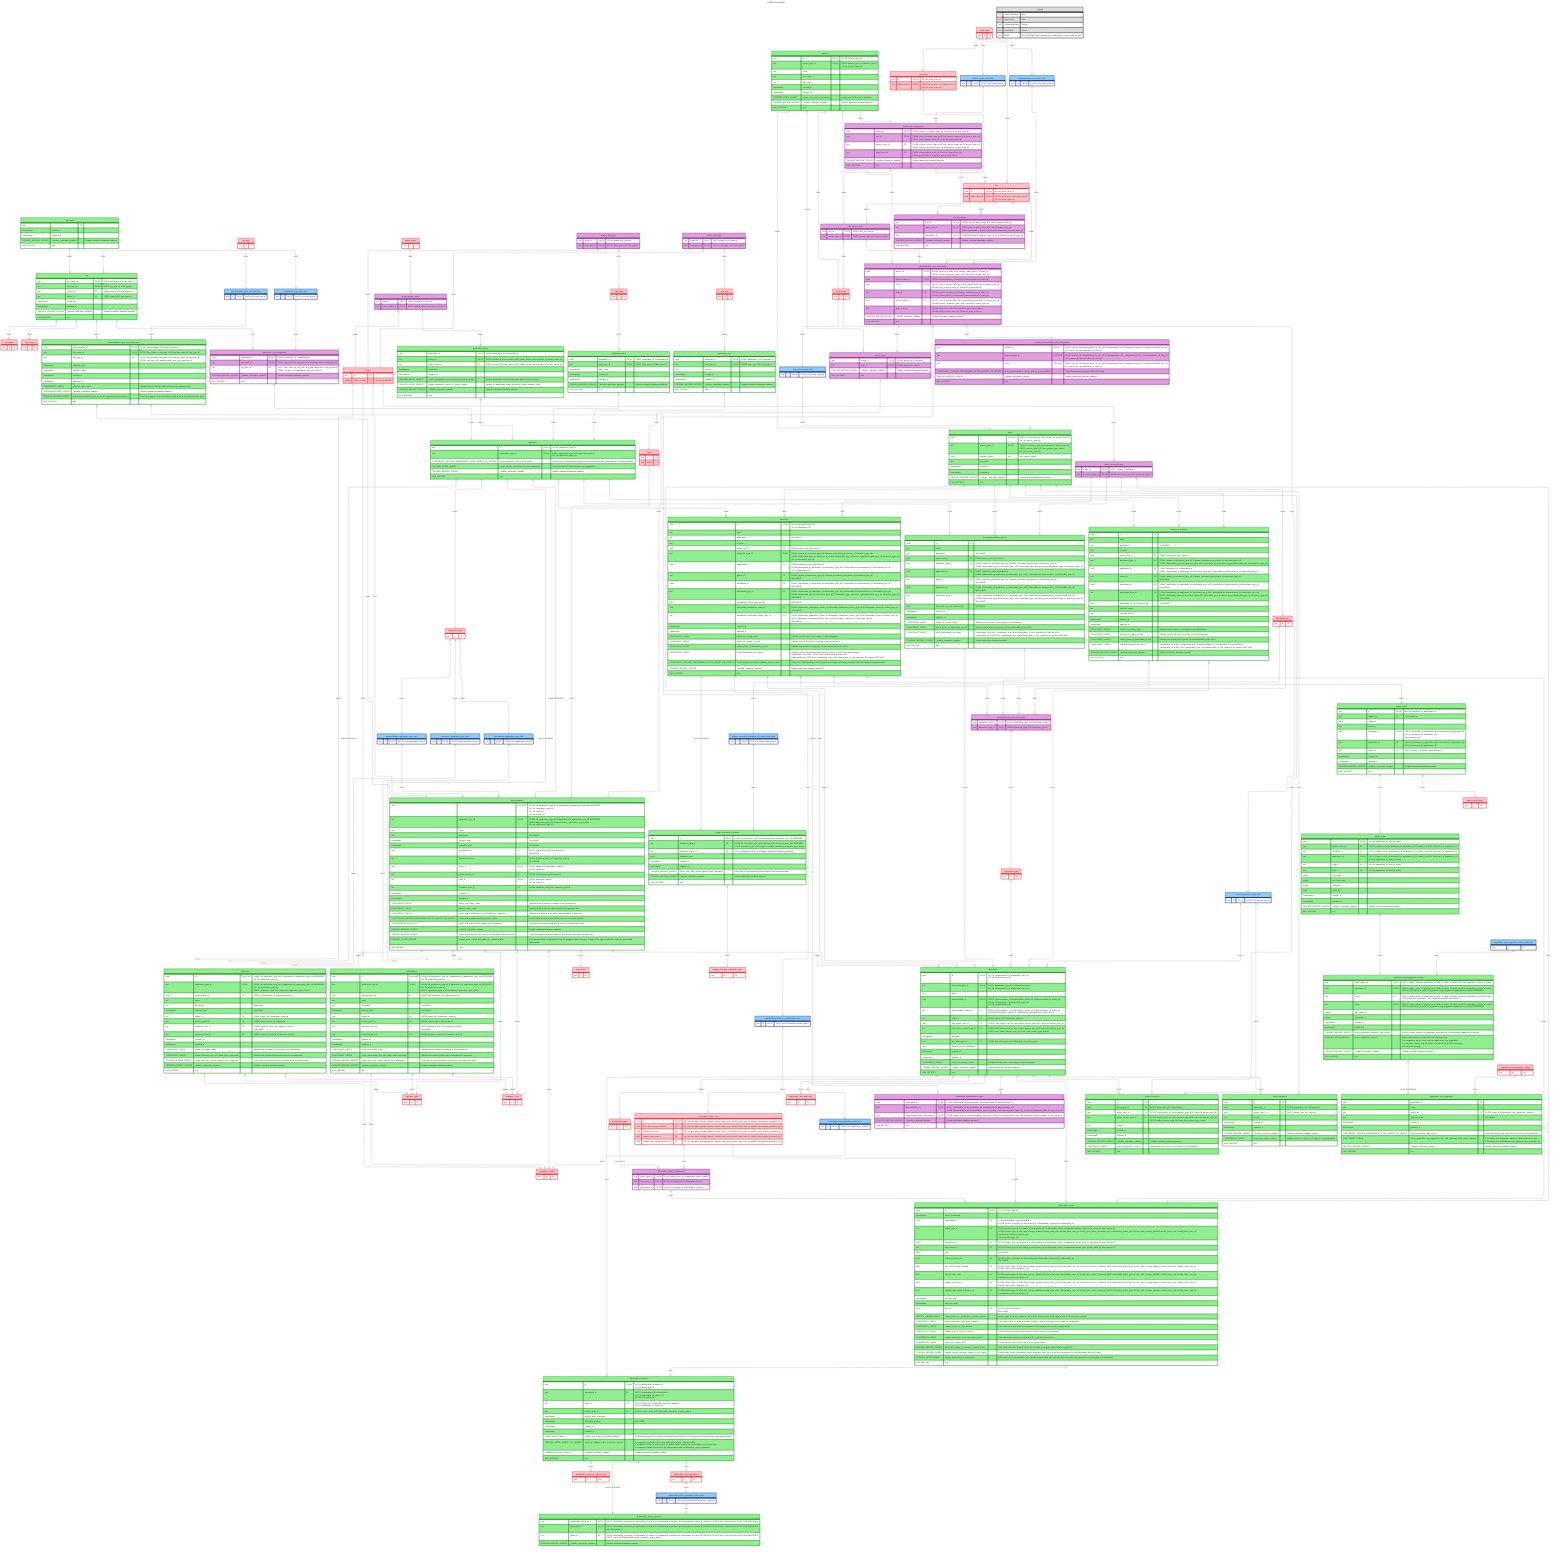
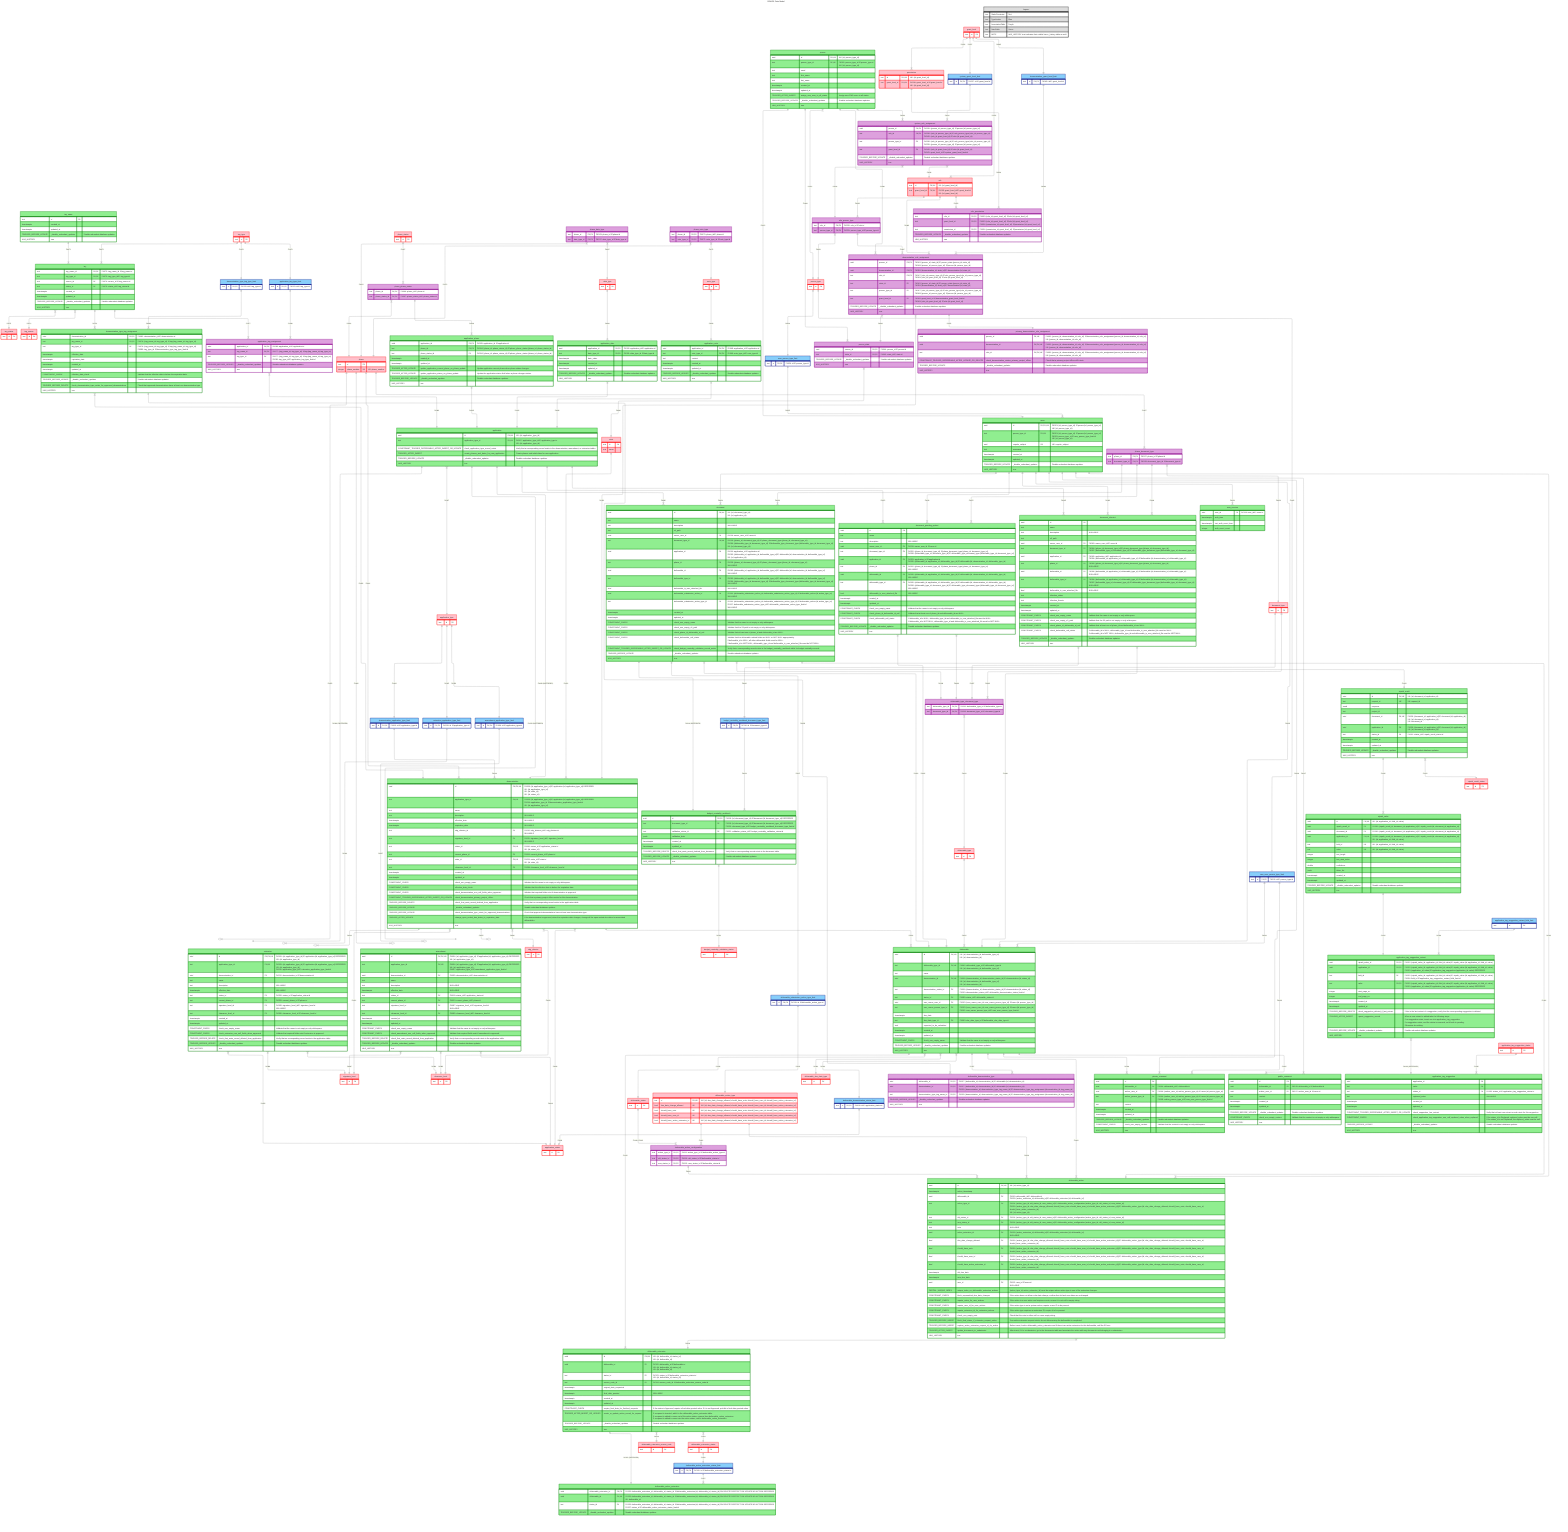
---
title: DEMOS Data Model
config:
  theme: default
  layout: elk
  elk:
    nodePlacementStrategy: NETWORK_SIMPLEX
---

erDiagram
  classDef staticConstraint stroke:red,fill:pink
  classDef typeLimiter stroke:navy,fill:lightskyblue
  classDef dataTable stroke:green,fill:lightgreen
  classDef associativeTable stroke:darkmagenta,fill:plum
  classDef legend stroke:black,fill:#ddd

  tag_name ||--|{ tag : "FK072"
  tag_type ||--|{ tag : "FK073"
  tag }|--|| tag_status : "FK075"
  tag }|--|| tag_source : "FK074"
  tag ||--|{ demonstration_type_tag_assignment : "FK076"
  tag ||--|{ application_tag_assignment : "FK077"
  tag_type ||--|| demonstration_type_tag_type_limit : "FK078"
  tag_type ||--|| application_tag_type_limit : "FK079"
  demonstration_type_tag_type_limit ||--|{ demonstration_type_tag_assignment : "FK080"
  application_tag_type_limit ||--|{ application_tag_assignment : "FK081"
  demonstration_type_tag_assignment }|--|| demonstration : "FK082"
  application_tag_assignment }|--|| application : "FK083"
  phase_status ||--|{ phase_phase_status : "FK067"
  phase_phase_status }|--|| phase : "FK066"
  phase_phase_status ||--|{ application_phase  : "FK004"
  phase_date_type }|--|| phase : "FK003"
  phase_note_type }|--|| phase : "FK070"
  phase_date_type }|--|| date_type: "FK017"
  phase_note_type }|--|| note_type: "FK071"
  application_phase }|--|| application : "FK005"
  date_type ||--|{ application_date  : "FK001"
  note_type ||--|{ application_note  : "FK069"
  application_date }|--|| application : "FK002"
  application_note }|--|| application : "FK068"
  application }|--|| application_type : "FK007"
  application ||--|| demonstration : "FK008 (DEFERRED)"
  application ||--|| extension : "FK009 (DEFERRED)"
  application ||--|| amendment : "FK054 (DEFERRED)"
  demonstration }|--|| sdg_division : "FK010"
  demonstration }|--|| signature_level : "FK011"
  demonstration ||--|{ extension : "FK012"
  demonstration ||--|{ amendment : "FK055"
  application_type ||--|| demonstration_application_type_limit : "FK013"
  demonstration_application_type_limit ||--|{ demonstration : "FK014"
  application_type ||--|| extension_application_type_limit : "FK015"
  extension_application_type_limit ||--|{ extension : "FK016"
  application_type ||--|| amendment_application_type_limit : "FK056"
  amendment_application_type_limit ||--|{ amendment : "FK057"
  amendment }|--|| application_status : "FK018"
  phase ||--|{ amendment : "FK020"
  extension }|--|| application_status : "FK058"
  phase ||--|{ extension : "FK059"
  demonstration }|--|| application_status : "FK060"
  phase ||--|{ demonstration : "FK061"
  state ||--|{ demonstration : "FK021"
  person }|--|| person_type : "FK022"
  person ||--|| users : "FK023"
  person_type ||--|| user_person_type_limit : "FK024"
  user_person_type_limit ||--|{ users : "FK025"
  users ||--|{ document : "FK026"
  users ||--|{ document_pending_upload : "FK019"
  users ||--|{ document_infected : "FK063"
+   users ||--|{ user_session : "FK139"
  phase ||--|{ phase_document_type : "FK027"
  phase_document_type }|--|| document_type : "FK028"
  phase_document_type ||--|{ document : "FK029"
  phase_document_type ||--|{ document_pending_upload : "FK052"
  phase_document_type ||--|{ document_infected : "FK064"
  application ||--|{ document : "FK030"
  application ||--|{ document_pending_upload : "FK053"
  application ||--|{ document_infected : "FK065"
  role_person_type }|--|| person_type : "FK031"
  role ||--|{ role_person_type : "FK032"
  role ||--|{ role_permission : "FK033"
  permission ||--|{ role_permission : "FK034"
  grant_level ||--|{ role : "FK035"
  grant_level ||--|{ permission : "FK036"
  system_grant_level_limit ||--|{ system_role_assignment : "FK041"
  system_role_assignment }|--|| role_person_type : "FK038"
  person ||--|{ system_role_assignment : "FK039"
  system_role_assignment }|--|| role : "FK040"
  grant_level ||--|| system_grant_level_limit : "FK037"
  demonstration_role_assignment }|--|| person_state : "FK042"
  person_state }|--|| state : "FK043"
  person ||--|{ person_state : "FK044"
  grant_level ||--|| demonstration_grant_level_limit : "FK045"
  demonstration_grant_level_limit ||--|{ demonstration_role_assignment : "FK046"
  role_person_type ||--|{ demonstration_role_assignment : "FK047"
  person ||--|{ demonstration_role_assignment : "FK048"
  role ||--|{ demonstration_role_assignment : "FK049"
  demonstration_role_assignment }|--|| demonstration : "FK050"
  demonstration_role_assignment ||--|| primary_demonstration_role_assignment : "FK051"
  demonstration }|--|| clearance_level : "FK084"
  amendment }|--|| clearance_level : "FK085"
  extension }|--|| clearance_level : "FK086"
  amendment }|--|| signature_level : "FK087"
  extension }|--|| signature_level : "FK088"
  document_type ||--|| budget_neutrality_workbook_document_type_limit : "FK118"
  document ||--|| budget_neutrality_workbook : "FK119 (DEFERRED)"
  budget_neutrality_workbook_document_type_limit ||--|{ budget_neutrality_workbook : "FK120"
  budget_neutrality_workbook }|--|| budget_neutrality_validation_status : "FK121"
  document }|--|| deliverable_action : "FK116"
  document }|--|| deliverable_submission_action_type_limit : "FK117"
  deliverable_status ||--|{ deliverable_action_configuration : "FK110, FK113"
  deliverable_action_type ||--|{ deliverable_action_configuration : "FK111"
  deliverable_action_type ||--|{ deliverable_action : "FK136"
  deliverable_action_configuration ||--|{ deliverable_action : "FK114"
  deliverable_submission_action_type_limit ||--|| deliverable_action_type : "FK115"
  demonstration ||--|{ deliverable : "FK006"
  deliverable_type ||--|{ deliverable : "FK062"
  deliverable }|--|| deliverable_status : "FK089"
  deliverable }|--|| deliverable_due_date_type : "FK090"
  document_type ||--|{ deliverable_type_document_type : "FK092"
  deliverable_type_document_type }|--|| deliverable_type : "FK091"
  document }|--|| deliverable : "FK093"
  document_infected }|--|| deliverable : "FK094"
  document_pending_upload }|--|| deliverable : "FK095"
  document }|--|| deliverable_type_document_type : "FK096"
  document_infected }|--|| deliverable_type_document_type : "FK097"
  document_pending_upload }|--|| deliverable_type_document_type : "FK098"
  deliverable_demonstration_status_limit ||--|| application_status : "FK099"
  deliverable }|--|| deliverable_demonstration_status_limit : "FK100"
  cms_user_person_type_limit ||--|{ deliverable : "FK101"
  person_type ||--|| cms_user_person_type_limit : "FK102"
  users ||--|{ deliverable : "FK103"
  deliverable ||--|{ deliverable_action : "FK109"
  deliverable_action }|--|| deliverable_extension : "FK128"
  deliverable ||--|{ deliverable_extension : "FK122"
  deliverable ||--|{ deliverable_demonstration_type : "FK137"
  demonstration_type_tag_assignment ||--|{ deliverable_demonstration_type : "FK138"
  deliverable_extension }|--|| deliverable_extension_reason_code : "FK124"
  deliverable_extension }|--|| deliverable_extension_status : "FK123"
  deliverable_extension_status ||--|| deliverable_active_extension_status_limit : "FK126"
  deliverable_active_extension_status_limit ||--|{ deliverable_active_extension : "FK127"
  deliverable_extension ||--|| deliverable_active_extension : "FK125 (DEFERRED)"
  deliverable ||--|{ private_comment : "FK104"
  deliverable ||--|{ public_comment : "FK105"
  users ||--|{ private_comment : "FK106"
  users ||--|{ public_comment : "FK107"
  cms_user_person_type_limit ||--|{ private_comment : "FK108"
  users ||--|{ deliverable_action : "FK112"
  document ||--|| uipath_result : "FK129"
  uipath_result ||--|{ uipath_value : "FK130"
  uipath_result }|--|| uipath_result_status : "FK131"
  uipath_value ||--|| application_tag_suggestion_extract : "FK132"
  application_tag_suggestion_extract }|--|| application_tag_suggestion : "FK133 (DEFERRED)"
  application_tag_suggestion_extract_field_limit ||--|{ application_tag_suggestion_extract : "FK134"
  application_tag_suggestion_status ||--|{ application_tag_suggestion : "FK135"

  %% Static Constraints
  application_status:::staticConstraint {
    text id PK
  }

  application_tag_suggestion_status:::staticConstraint {
    text id PK
  }

  application_type:::staticConstraint {
    text id PK
  }

  budget_neutrality_validation_status:::staticConstraint {
    text id PK
  }

  clearance_level:::staticConstraint {
    text id PK
  }

  date_type:::staticConstraint {
    text id PK
  }

  deliverable_action_type:::staticConstraint {
    text id PK, UK "UK: (id, due_date_change_allowed, should_have_note, should_have_user_id, should_have_active_extension_id)"
    bool due_date_change_allowed UK "UK: (id, due_date_change_allowed, should_have_note, should_have_user_id, should_have_active_extension_id)"
    bool should_have_note UK "UK: (id, due_date_change_allowed, should_have_note, should_have_user_id, should_have_active_extension_id)"
    bool should_have_user_id UK "UK: (id, due_date_change_allowed, should_have_note, should_have_user_id, should_have_active_extension_id)"
    bool should_have_active_extension_id UK "UK: (id, due_date_change_allowed, should_have_note, should_have_user_id, should_have_active_extension_id)"
  }

  deliverable_due_date_type:::staticConstraint {
    text id PK
  }

  deliverable_extension_reason_code:::staticConstraint {
    text id PK
  }

  deliverable_extension_status:::staticConstraint {
    text id PK
  }

  deliverable_status:::staticConstraint {
    text id PK
  }

  deliverable_type:::staticConstraint {
    text id PK
  }

  document_type:::staticConstraint {
    text id PK
  }

  grant_level:::staticConstraint {
    text id PK
  }

  note_type:::staticConstraint {
    text id PK
  }

  permission:::staticConstraint {
    text id PK, UK "UK: (id, grant_level_id)"
    text grant_level_id FK, UK "FK036: grant_level_id ∈ grant_level.id<br>UK: (id, grant_level_id)"
  }

  person_type:::staticConstraint {
    text id PK
  }

  phase:::staticConstraint {
    text id PK
    integer phase_number UK "UK: phase_number"
  }

  phase_status:::staticConstraint {
    text id PK
  }

  role:::staticConstraint {
    text id PK, UK "UK: (id, grant_level_id)"
    text grant_level_id FK, UK "FK035: grant_level_id ∈ grant_level.id<br>UK: (id, grant_level_id)"
  }

  sdg_division:::staticConstraint {
    text id PK
  }

  signature_level:::staticConstraint {
    text id PK
  }

  state:::staticConstraint {
    text id PK
    text name
  }

  tag_source:::staticConstraint {
    text id PK
  }

  tag_status:::staticConstraint {
    text id PK
  }

  tag_type:::staticConstraint {
    text id PK
  }

  uipath_result_status:::staticConstraint {
    text id PK
  }

  %% Type Limiters
  amendment_application_type_limit:::typeLimiter {
    text id PK, FK "FK056: id ∈ application_type.id"
  }

  application_tag_suggestion_extract_field_limit:::typeLimiter {
    text id PK
  }

  application_tag_type_limit:::typeLimiter {
    text id PK, FK "FK079: id ∈ tag_type.id"
  }

  budget_neutrality_workbook_document_type_limit:::typeLimiter {
    text id PK, FK "FK118: id ∈ document_type.id"
  }

  cms_user_person_type_limit:::typeLimiter {
    text id PK, FK "FK102: id ∈ person_type.id"
  }

  deliverable_active_extension_status_limit:::typeLimiter {
    text id PK, FK "FK126: id ∈ deliverable_extension_status.id"
  }

  deliverable_demonstration_status_limit:::typeLimiter {
    text id PK, FK "FK099: id ∈ application_status.id"
  }

  deliverable_submission_action_type_limit:::typeLimiter {
    text id PK, FK "FK115: id ∈ deliverable_action_type.id"
  }

  demonstration_application_type_limit:::typeLimiter {
    text id PK, FK "FK013: id ∈ application_type.id"
  }

  demonstration_grant_level_limit:::typeLimiter {
    text id PK, FK "FK045: id ∈ grant_level.id"
  }

  demonstration_type_tag_type_limit:::typeLimiter {
    text id PK, FK "FK078: id ∈ tag_type.id"
  }

  extension_application_type_limit:::typeLimiter {
    text id PK, FK "FK015: id ∈ application_type.id"
  }

  system_grant_level_limit:::typeLimiter {
    text id PK, FK "FK037: id ∈ grant_level.id"
  }

  user_person_type_limit:::typeLimiter {
    text id PK, FK "FK024: id ∈ person_type.id"
  }

  %% Data Tables
  amendment:::dataTable {
    uuid id PK, FK, UK "FK054: (id, application_type_id) ∈ application.(id, application_type_id) DEFERRED<br>UK: (id, application_type_id)"
    text application_type_id FK, UK "FK054: (id, application_type_id) ∈ application.(id, application_type_id) DEFERRED<br>UK: (id, application_type_id)<br>FK057: application_type_id ∈ amendment_application_type_limit.id"
    uuid demonstration_id FK "FK055: demonstration_id ∈ demonstration.id"
    text name
    text description "NULLABLE"
    timestamptz effective_date "NULLABLE"
    text status_id FK "FK018: status_id ∈ application_status.id"
    text current_phase_id FK "FK020: current_phase_id ∈ phase.id"
    text signature_level_id FK "FK087: signature_level_id ∈ signature_level.id<br>NULLABLE"
    text clearance_level_id FK "FK085: clearance_level_id ∈ clearance_level.id"
    timestamptz created_at
    timestamptz updated_at
    CONSTRAINT_CHECK check_non_empty_name "Validate that the name is not empty or only whitespace."
    CONSTRAINT_CHECK check_amendment_non_null_fields_when_approved  "Validate that required fields exist if amendment is approved."
    TRIGGER_BEFORE_DELETE check_that_main_record_deleted_from_application "Verify that no corresponding record exists in the application table."
    TRIGGER_BEFORE_UPDATE _disable_redundant_updates "Disable redundant database updates."
    HAS_HISTORY true
  }

  application:::dataTable {
    uuid id PK, UK "UK: (id, application_type_id)"
    text application_type_id FK, UK "FK007: application_type_id ∈ application_type.id<br>UK: (id, application_type_id)"
    CONSTRAINT_TRIGGER_DEFERRABLE_AFTER_INSERT_OR_UPDATE check_application_type_record_exists "Verify that a corresponding record exists in the demonstration, amendment, or extension tables."
    TRIGGER_AFTER_INSERT create_phases_and_dates_for_new_application "Create phases and initial dates for new application."
    TRIGGER_BEFORE_UPDATE _disable_redundant_updates "Disable redundant database updates."
    HAS_HISTORY true
  }

  application_date:::dataTable {
    uuid application_id PK, FK "FK002: application_id ∈ application.id"
    text date_type_id PK, FK "FK001: date_type_id ∈ date_type.id"
    timestamptz date_value
    timestamptz created_at
    timestamptz updated_at
    TRIGGER_BEFORE_UPDATE _disable_redundant_updates "Disable redundant database updates."
    HAS_HISTORY true
  }

  application_note:::dataTable {
    uuid application_id PK, FK "FK068: application_id ∈ application.id"
    text note_type_id PK, FK "FK069: note_type_id ∈ note_type.id"
    text content
    timestamptz created_at
    timestamptz updated_at
    TRIGGER_BEFORE_UPDATE _disable_redundant_updates "Disable redundant database updates."
    HAS_HISTORY true
  }

  application_phase:::dataTable {
    uuid application_id PK, FK "FK005: application_id ∈ application.id"
    text phase_id PK, FK "FK004: (phase_id, phase_status_id) ∈ phase_phase_status.(phase_id, phase_status_id)"
    text phase_status_id FK "FK004: (phase_id, phase_status_id) ∈ phase_phase_status.(phase_id, phase_status_id)"
    timestamptz created_at
    timestamptz updated_at
    TRIGGER_AFTER_UPDATE update_application_current_phase_on_phase_update "Update application current phase when phase status changes."
    TRIGGER_AFTER_UPDATE update_application_status_on_phase_update "Update the application status field when a phase changes status."
    TRIGGER_BEFORE_UPDATE _disable_redundant_updates "Disable redundant database updates."
    HAS_HISTORY true
  }

  application_tag_suggestion:::dataTable {
    uuid application_id PK
    text value PK
    text status_id FK "FK135: status_id ∈ application_tag_suggestion_status.id"
    text replaced_value "NULLABLE"
    timestamptz created_at
    timestamptz updated_at
    CONSTRAINT_TRIGGER_DEFERRABLE_AFTER_INSERT_OR_UPDATE check_suggestion_has_extract "Verify that at least one extract record exists for this suggestion."
    CONSTRAINT_CHECK check_application_tag_suggestion_non_null_replaced_value_when_replaced "If the status_id is Replaced, replaced_value must be non null.<br>If the status_id is not Replaced, the replaced_value must be null."
    TRIGGER_BEFORE_UPDATE _disable_redundant_updates "Disable redundant database updates."
    HAS_HISTORY true
  }

  application_tag_suggestion_extract:::dataTable {
    uuid uipath_value_id PK, FK "FK132: (uipath_value_id, application_id, field_id, value) ∈ uipath_value.(id, application_id, field_id, value)"
    uuid application_id PK, FK "FK132: (uipath_value_id, application_id, field_id, value) ∈ uipath_value.(id, application_id, field_id, value)<br>FK133: (application_id, value) ∈ application_tag_suggestion.(application_id, value) DEFERRED"
    text field_id FK "FK132: (uipath_value_id, application_id, field_id, value) ∈ uipath_value.(id, application_id, field_id, value)<br>FK134: field_id ∈ application_tag_suggestion_extract_field_limit.id"
    text value PK, FK "FK132: (uipath_value_id, application_id, field_id, value) ∈ uipath_value.(id, application_id, field_id, value)<br>FK133: (application_id, value) ∈ application_tag_suggestion.(application_id, value) DEFERRED"
    integer start_page_no
    integer end_page_no
    timestamptz created_at
    timestamptz updated_at
    TRIGGER_BEFORE_DELETE check_suggestion_deleted_if_last_extract "If this is the last extract of a suggestion, verify that the corresponding suggestion is deleted."
    TRIGGER_AFTER_INSERT upsert_suggestion_record "When a new extract is added take the following steps.<br>If no suggestion exists, insert one into application_tag_suggestion.<br>If a suggestion exists, and the status is removed, set it back to pending.<br>Otherwise do nothing."
    TRIGGER_BEFORE_UPDATE _disable_redundant_updates "Disable redundant database updates."
    HAS_HISTORY true
  }

  budget_neutrality_workbook:::dataTable {
    uuid id PK, FK "FK119: (id, document_type_id) ∈ document.(id, document_type_id) DEFERRED"
    text document_type_id FK "FK119: (id, document_type_id) ∈ document.(id, document_type_id) DEFERRED<br>FK120: document_type_id ∈ budget_neutrality_workbook_document_type_limit.id"
    text validation_status_id FK "FK121: validation_status_id ∈ budget_neutrality_validation_status.id"
    jsonb validation_data
    timestamptz created_at
    timestamptz updated_at
    TRIGGER_BEFORE_DELETE check_that_main_record_deleted_from_document "Verify that no corresponding record exists in the document table."
    TRIGGER_BEFORE_UPDATE _disable_redundant_updates "Disable redundant database updates."
    HAS_HISTORY true
  }

  %% NOTE: That empty line with <br>&nbsp; is a layout hack for Mermaid
  deliverable:::dataTable {
    uuid id PK, UK "UK: (id, demonstration_id, deliverable_type_id)<br>UK: (id, demonstration_id)<br>&nbsp;"
    text deliverable_type_id FK, UK "FK062: deliverable_type_id ∈ deliverable_type.id<br>UK: (id, demonstration_id, deliverable_type_id)"
    text name
    uuid demonstration_id FK, UK "FK006: (demonstration_id, demonstration_status_id) ∈ demonstration.(id, status_id)<br>UK: (id, demonstration_id, deliverable_type_id)<br>UK: (id, demonstration_id)"
    text demonstration_status_id FK "FK006: (demonstration_id, demonstration_status_id) ∈ demonstration.(id, status_id)<br>FK100: demonstration_status_id ∈ deliverable_demonstration_status_limit.id"
    text status_id FK "FK089: status_id ∈ deliverable_status.id"
    uuid cms_owner_user_id FK "FK103: (cms_owner_user_id, cms_owner_person_type_id) ∈ users.(id, person_type_id)"
    text cms_owner_person_type_id FK "FK103: (cms_owner_user_id, cms_owner_person_type_id) ∈ users.(id, person_type_id)<br>FK101: cms_owner_person_type_id ∈ cms_user_person_type_limit.id"
    timestamptz due_date
    text due_date_type_id FK "FK090: due_date_type_id ∈ deliverable_due_date_type.id"
    bool expected_to_be_submitted
    timestamptz created_at
    timestamptz updated_at
    CONSTRAINT_CHECK check_non_empty_name "Validate that the name is not empty or only whitespace."
    TRIGGER_BEFORE_UPDATE _disable_redundant_updates "Disable redundant database updates."
    HAS_HISTORY true
  }

  deliverable_action:::dataTable {
    uuid id PK, UK "UK: (id, action_type_id)"
    timestamptz action_timestamp
    uuid deliverable_id FK "FK109: deliverable_id ∈ deliverable.id<br>FK128: (active_extension_id, deliverable_id) ∈ deliverable_extension.(id, deliverable_id)"
    text action_type_id FK "FK114: (action_type_id, old_status_id, new_status_id) ∈ deliverable_action_configuration.(action_type_id, old_status_id, new_status_id)<br>FK136: (action_type_id, due_date_change_allowed, should_have_note, should_have_user_id, should_have_active_extension_id)) ∈ deliverable_action_type.(id, due_date_change_allowed, should_have_note, should_have_user_id, should_have_active_extension_id)<br>UK: (id, action_type_id)"
    text old_status_id FK "FK114: (action_type_id, old_status_id, new_status_id) ∈ deliverable_action_configuration.(action_type_id, old_status_id, new_status_id)"
    text new_status_id FK "FK114: (action_type_id, old_status_id, new_status_id) ∈ deliverable_action_configuration.(action_type_id, old_status_id, new_status_id)"
    text note "NULLABLE"
    uuid active_extension_id FK "FK128: (active_extension_id, deliverable_id) ∈ deliverable_extension.(id, deliverable_id)<br>NULLABLE"
    bool due_date_change_allowed FK "FK136: (action_type_id, due_date_change_allowed, should_have_note, should_have_user_id, should_have_active_extension_id)) ∈ deliverable_action_type.(id, due_date_change_allowed, should_have_note, should_have_user_id, should_have_active_extension_id)"
    bool should_have_note FK "FK136: (action_type_id, due_date_change_allowed, should_have_note, should_have_user_id, should_have_active_extension_id)) ∈ deliverable_action_type.(id, due_date_change_allowed, should_have_note, should_have_user_id, should_have_active_extension_id)"
    bool should_have_user_id FK "FK136: (action_type_id, due_date_change_allowed, should_have_note, should_have_user_id, should_have_active_extension_id)) ∈ deliverable_action_type.(id, due_date_change_allowed, should_have_note, should_have_user_id, should_have_active_extension_id)"
    bool should_have_active_extension_id FK "FK136: (action_type_id, due_date_change_allowed, should_have_note, should_have_user_id, should_have_active_extension_id)) ∈ deliverable_action_type.(id, due_date_change_allowed, should_have_note, should_have_user_id, should_have_active_extension_id)"
    timestamptz old_due_date
    timestamptz new_due_date
    uuid user_id FK "FK112: user_id ∈ users.id<br>NULLABLE"
    PARTIAL_UNIQUE_INDEX unique_index_on_deliverable_extension_actions "(action_type_id, active_extension_id) must be unique where action type is one of the extension changes."
    CONSTRAINT_CHECK block_unpermitted_due_date_changes "If the action does not allow a due date change, confirm that old and new dates are unchanged."
    CONSTRAINT_CHECK require_notes_for_user_actions "If the action is a user action and requires a note, ensure it is not null or empty string."
    CONSTRAINT_CHECK require_user_id_for_user_actions "If the action type is not a system action, require a user ID to be present."
    CONSTRAINT_CHECK require_extension_id_for_extension_actions "If the action type requires an extension ID, require it to be present."
    CONSTRAINT_CHECK check_non_empty_note "Check that the note is either null or a non empty string."
    TRIGGER_BEFORE_INSERT block_final_states_if_extension_request_active "If an active extension request exists, do not allow moving the deliverable to completed."
    TRIGGER_BEFORE_INSERT capture_active_extension_request_id_for_action "Before insert, look in deliverable_active_extension and if there is an active extension for this deliverable, add the ID here."
    TRIGGER_AFTER_INSERT update_documents_in_submission "After insert, if it is a submission, go to the documents table and associate the action with any documents not belonging to a submission."
    HAS_HISTORY true
  }

  deliverable_active_extension:::dataTable {
    uuid deliverable_extension_id PK, FK "FK125: deliverable_extension_id, deliverable_id, status_id ∈ deliverable_extension.(id, deliverable_id, status_id) ON DELETE RESTRICT ON UPDATE NO ACTION DEFERRED"
    uuid deliverable_id FK, UK "FK125: deliverable_extension_id, deliverable_id, status_id ∈ deliverable_extension.(id, deliverable_id, status_id) ON DELETE RESTRICT ON UPDATE NO ACTION DEFERRED<br>UK: deliverable_id"
    text status_id FK "FK125: deliverable_extension_id, deliverable_id, status_id ∈ deliverable_extension.(id, deliverable_id, status_id) ON DELETE RESTRICT ON UPDATE NO ACTION DEFERRED<br>FK127: status_id ∈ deliverable_active_extension_status_limit.id"
    TRIGGER_BEFORE_UPDATE _disable_redundant_updates "Disable redundant database updates."
  }

  deliverable_extension:::dataTable {
    uuid id PK, UK "UK: (id, deliverable_id, status_id)<br>UK: (id, deliverable_id)"
    uuid deliverable_id FK "FK122: deliverable_id ∈ deliverable.id<br>UK: (id, deliverable_id, status_id)<br>UK: (id, deliverable_id)"
    text status_id FK "FK123: status_id ∈ deliverable_extension_status.id<br>UK: (id, deliverable_id, status_id)"
    text reason_code_id FK "FK124: reason_code_id ∈ deliverable_extension_reason_code.id"
    timestamptz original_date_requested
    timestamptz final_date_granted "NULLABLE"
    timestamptz created_at
    timestamptz updated_at
    CONSTRAINT_CHECK require_final_date_for_finished_requests "If the status is Approved, require a final date granted value. If it is not Approved, prohibit a final date granted value."
    TRIGGER_AFTER_INSERT_OR_UPDATE create_or_update_active_record_for_request "If a request is inserted, add it to the deliverable_active_extension table.<br>If a request is edited to move out of the active status, remove from deliverable_active_extension.<br>If a request is edited to move into the active status, add to deliverable_active_extension."
    TRIGGER_BEFORE_UPDATE _disable_redundant_updates "Disable redundant database updates."
    HAS_HISTORY true
  }

  demonstration:::dataTable {
    uuid id PK, FK, UK "FK008: (id, application_type_id) ∈ application.(id, application_type_id) DEFERRED<br>UK: (id, application_type_id)<br>UK: (id, state_id)<br>UK: (id, status_id)"
    text application_type_id FK, UK "FK008: (id, application_type_id) ∈ application.(id, application_type_id) DEFERRED<br>FK014: application_type_id ∈ demonstration_application_type_limit.id<br>UK: (id, application_type_id)"
    text name
    text description "NULLABLE"
    timestamptz effective_date "NULLABLE"
    timestamptz expiration_date "NULLABLE"
    text sdg_division_id FK "FK010: sdg_division_id ∈ sdg_division.id<br>NULLABLE"
    text signature_level_id FK "FK011: signature_level_id ∈ signature_level.id<br>NULLABLE"
    text status_id FK, UK "FK060: status_id ∈ application_status.id<br>UK: (id, status_id)"
    text current_phase_id FK "FK061: current_phase_id ∈ phase.id"
    text state_id FK, UK "FK021: state_id ∈ state.id<br>UK: (id, state_id)"
    text clearance_level_id FK "FK084: clearance_level_id ∈ clearance_level.id"
    timestamptz created_at
    timestamptz updated_at
    CONSTRAINT_CHECK check_non_empty_name "Validate that the name is not empty or only whitespace."
    CONSTRAINT_CHECK effective_date_check "Validate that the effective date is before the expiration date."
    CONSTRAINT_CHECK check_demonstration_non_null_fields_when_approved "Validate that required fields exist if demonstration is approved."
    CONSTRAINT_TRIGGER_DEFERRABLE_AFTER_INSERT_OR_UPDATE check_demonstration_primary_project_officer "Check that a primary project officer exists for this demonstration."
    TRIGGER_BEFORE_DELETE check_that_main_record_deleted_from_application "Verify that no corresponding record exists in the application table."
    TRIGGER_BEFORE_UPDATE _disable_redundant_updates "Disable redundant database updates."
    TRIGGER_BEFORE_UPDATE check_demonstration_type_exists_for_approved_demonstrations "Check that approved demonstrations have at least one demonstration type."
    TRIGGER_AFTER_UPDATE change_open_ended_due_dates_to_expiration_date "If the demonstration is approved, when the expiration date changes, change all the open-ended due dates for associated deliverables."
    HAS_HISTORY true
  }

  demonstration_type_tag_assignment:::dataTable {
    uuid demonstration_id PK, FK "FK082: demonstration_id ∈ demonstration.id"
    text tag_name_id PK, FK "FK076: (tag_name_id, tag_type_id) ∈ tag.(tag_name_id, tag_type_id)"
    text tag_type_id FK "FK076: (tag_name_id, tag_type_id) ∈ tag.(tag_name_id, tag_type_id)<br>FK080: tag_type_id ∈ demonstration_type_tag_type_limit.id"
    timestamptz effective_date
    timestamptz expiration_date
    timestamptz created_at
    timestamptz updated_at
    CONSTRAINT_CHECK effective_date_check "Validate that the effective date is before the expiration date."
    TRIGGER_BEFORE_UPDATE _disable_redundant_updates "Disable redundant database updates."
    TRIGGER_BEFORE_DELETE check_demonstration_type_exists_for_approved_demonstrations "Check that approved demonstrations have at least one demonstration type."
    HAS_HISTORY true
  }

  document:::dataTable {
    uuid id PK, UK "UK: (id, document_type_id)<br>UK: (id, application_id)"
    text name
    text description "NULLABLE"
    text s3_path
    uuid owner_user_id FK "FK026: owner_user_id ∈ users.id"
    text document_type_id FK, UK "FK029: (phase_id, document_type_id) ∈ phase_document_type.(phase_id, document_type_id)<br>FK096: (deliverable_type_id, document_type_id) ∈ deliverable_type_document_type.(deliverable_type_id, document_type_id)<br>UK: (id, document_type_id)"
    uuid application_id FK "FK030: application_id ∈ application.id<br>FK093: (deliverable_id, application_id, deliverable_type_id) ∈ deliverable.(id, demonstration_id, deliverable_type_id)<br>UK: (id, application_id)"
    text phase_id FK "FK029: (phase_id, document_type_id) ∈ phase_document_type.(phase_id, document_type_id)<br>NULLABLE"
    uuid deliverable_id FK "FK093: (deliverable_id, application_id, deliverable_type_id) ∈ deliverable.(id, demonstration_id, deliverable_type_id)<br>NULLABLE"
    text deliverable_type_id FK "FK093: (deliverable_id, application_id, deliverable_type_id) ∈ deliverable.(id, demonstration_id, deliverable_type_id)<br>FK096: (deliverable_type_id, document_type_id) ∈ deliverable_type_document_type.(deliverable_type_id, document_type_id)<br>NULLABLE"
    bool deliverable_is_cms_attached_file "NULLABLE"
    uuid deliverable_submission_action_id FK "FK116: (deliverable_submission_action_id, deliverable_submission_action_type_id) ∈ deliverable_action.(id, action_type_id)<br>NULLABLE"
    text deliverable_submission_action_type_id FK "FK116: (deliverable_submission_action_id, deliverable_submission_action_type_id) ∈ deliverable_action.(id, action_type_id)<br>FK117: deliverable_submission_action_type_id ∈ deliverable_submission_action_type_limit.id<br>NULLABLE"
    timestamptz created_at
    timestamptz updated_at
    CONSTRAINT_CHECK check_non_empty_name "Validate that the name is not empty or only whitespace."
    CONSTRAINT_CHECK check_non_empty_s3_path "Validate that the S3 path is not empty or only whitespace."
    CONSTRAINT_CHECK check_phase_id_deliverable_id_null "Validate that at least one of phase_id and deliverable_id are NULL."
    CONSTRAINT_CHECK check_deliverable_null_states "Validate that the deliverable-related fields are NULL or NOT NULL appropriately.<br>If deliverable_id is NULL, all other deliverable fields must be NULL.<br>If deliverable_id is NOT NULL, deliverable_type_id and deliverable_is_cms_attached_file must be NOT NULL."
    CONSTRAINT_TRIGGER_DEFERRABLE_AFTER_INSERT_OR_UPDATE check_budget_neutrality_validation_record_exists "Verify that a corresponding record exists in the budget_neutrality_workbook table for budget neutrality records."
    TRIGGER_BEFORE_UPDATE _disable_redundant_updates "Disable redundant database updates."
    HAS_HISTORY true
  }

  document_infected:::dataTable {
    uuid id PK
    text name
    text description "NULLABLE"
    text s3_path
    uuid owner_user_id FK "FK063: owner_user_id ∈ users.id"
    text document_type_id FK "FK064: (phase_id, document_type_id) ∈ phase_document_type.(phase_id, document_type_id)<br>FK097: (deliverable_type_id, document_type_id) ∈ deliverable_type_document_type.(deliverable_type_id, document_type_id)"
    uuid application_id FK "FK065: application_id ∈ application.id<br>FK094: (deliverable_id, application_id, deliverable_type_id) ∈ deliverable.(id, demonstration_id, deliverable_type_id)"
    text phase_id FK "FK064: (phase_id, document_type_id) ∈ phase_document_type.(phase_id, document_type_id)<br>NULLABLE"
    uuid deliverable_id FK "FK094: (deliverable_id, application_id, deliverable_type_id) ∈ deliverable.(id, demonstration_id, deliverable_type_id)<br>NULLABLE"
    text deliverable_type_id FK "FK094: (deliverable_id, application_id, deliverable_type_id) ∈ deliverable.(id, demonstration_id, deliverable_type_id)<br>FK097: (deliverable_type_id, document_type_id) ∈ deliverable_type_document_type.(deliverable_type_id, document_type_id)<br>NULLABLE"
    bool deliverable_is_cms_attached_file "NULLABLE"
    text infection_status
    text infection_threats
    timestamptz created_at
    timestamptz updated_at
    CONSTRAINT_CHECK check_non_empty_name "Validate that the name is not empty or only whitespace."
    CONSTRAINT_CHECK check_non_empty_s3_path "Validate that the S3 path is not empty or only whitespace."
    CONSTRAINT_CHECK check_phase_id_deliverable_id_null "Validate that at least one of phase_id and deliverable_id are NULL."
    CONSTRAINT_CHECK check_deliverable_null_states "If deliverable_id is NULL, deliverable_type_id and deliverable_is_cms_attached_file must be NULL.<br>If deliverable_id is NOT NULL, deliverable_type_id and deliverable_is_cms_attached_file must be NOT NULL."
    TRIGGER_BEFORE_UPDATE _disable_redundant_updates "Disable redundant database updates."
    HAS_HISTORY true
  }

  document_pending_upload:::dataTable {
    uuid id PK
    text name
    text description "NULLABLE"
    uuid owner_user_id FK "FK019: owner_user_id ∈ users.id"
    text document_type_id FK "FK052: (phase_id, document_type_id) ∈ phase_document_type.(phase_id, document_type_id)<br>FK098: (deliverable_type_id, document_type_id) ∈ deliverable_type_document_type.(deliverable_type_id, document_type_id)"
    uuid application_id FK "FK053: application_id ∈ application.id<br>FK095: (deliverable_id, application_id, deliverable_type_id) ∈ deliverable.(id, demonstration_id, deliverable_type_id)"
    text phase_id FK "FK052: (phase_id, document_type_id) ∈ phase_document_type.(phase_id, document_type_id)<br>NULLABLE"
    uuid deliverable_id FK "FK095: (deliverable_id, application_id, deliverable_type_id) ∈ deliverable.(id, demonstration_id, deliverable_type_id)<br>NULLABLE"
    text deliverable_type_id FK "FK095: (deliverable_id, application_id, deliverable_type_id) ∈ deliverable.(id, demonstration_id, deliverable_type_id)<br>FK098: (deliverable_type_id, document_type_id) ∈ deliverable_type_document_type.(deliverable_type_id, document_type_id)<br>NULLABLE"
    bool deliverable_is_cms_attached_file "NULLABLE"
    timestamptz created_at
    timestamptz updated_at
    CONSTRAINT_CHECK check_non_empty_name "Validate that the name is not empty or only whitespace."
    CONSTRAINT_CHECK check_phase_id_deliverable_id_null "Validate that at least one of phase_id and deliverable_id are NULL."
    CONSTRAINT_CHECK check_deliverable_null_states "If deliverable_id is NULL, deliverable_type_id and deliverable_is_cms_attached_file must be NULL.<br>If deliverable_id is NOT NULL, deliverable_type_id and deliverable_is_cms_attached_file must be NOT NULL."
    TRIGGER_BEFORE_UPDATE _disable_redundant_updates "Disable redundant database updates."
    HAS_HISTORY true
  }

  extension:::dataTable {
    uuid id PK, FK, UK "FK009: (id, application_type_id) ∈ application.(id, application_type_id) DEFERRED<br>UK: (id, application_type_id)"
    text application_type_id FK, UK "FK009: (id, application_type_id) ∈ application.(id, application_type_id) DEFERRED<br>UK: (id, application_type_id)<br>FK016: application_type_id ∈ extension_application_type_limit.id"
    uuid demonstration_id FK "FK012: demonstration_id ∈ demonstration.id"
    text name
    text description "NULLABLE"
    timestamptz effective_date "NULLABLE"
    text status_id FK "FK058: status_id ∈ application_status.id"
    text current_phase_id FK "FK059: current_phase_id ∈ phase.id"
    text signature_level_id FK "FK088: signature_level_id ∈ signature_level.id<br>NULLABLE"
    text clearance_level_id FK "FK086: clearance_level_id ∈ clearance_level.id"
    timestamptz created_at
    timestamptz updated_at
    CONSTRAINT_CHECK check_non_empty_name "Validate that the name is not empty or only whitespace."
    CONSTRAINT_CHECK check_extension_non_null_fields_when_approved  "Validate that required fields exist if extension is approved."
    TRIGGER_BEFORE_DELETE check_that_main_record_deleted_from_application "Verify that no corresponding record exists in the application table."
    TRIGGER_BEFORE_UPDATE _disable_redundant_updates "Disable redundant database updates."
    HAS_HISTORY true
  }

  person:::dataTable {
    uuid id PK, UK "UK: (id, person_type_id)"
    text person_type_id FK, UK "FK022: person_type_id ∈ person_type.id<br>UK: (id, person_type_id)"
    text email
    text first_name
    text last_name
    timestamptz created_at
    timestamptz updated_at
    TRIGGER_AFTER_INSERT assign_cms_user_to_all_states "Assign new CMS users to all states."
    TRIGGER_BEFORE_UPDATE _disable_redundant_updates "Disable redundant database updates."
    HAS_HISTORY true
  }

  private_comment:::dataTable {
    uuid id PK
    uuid deliverable_id FK "FK104: deliverable_id ∈ deliverable.id"
    uuid author_user_id FK "FK106: (author_user_id, author_person_type_id) ∈ users.(id, person_type_id)"
    text author_person_type_id FK "FK106: (author_user_id, author_person_type_id) ∈ users.(id, person_type_id)<br>FK108: author_person_type_id ∈ cms_user_person_type_limit.id"
    text content
    timestamptz created_at
    timestamptz updated_at
    TRIGGER_BEFORE_UPDATE _disable_redundant_updates "Disable redundant database updates."
    CONSTRAINT_CHECK check_non_empty_content "Validate that the content is not empty or only whitespace."
    HAS_HISTORY true
  }

  public_comment:::dataTable {
    uuid id PK
    uuid deliverable_id FK "FK105: deliverable_id ∈ deliverable.id"
    uuid author_user_id FK "FK107: author_user_id ∈ users.id"
    text content
    timestamptz created_at
    timestamptz updated_at
    TRIGGER_BEFORE_UPDATE _disable_redundant_updates "Disable redundant database updates."
    CONSTRAINT_CHECK check_non_empty_content "Validate that the content is not empty or only whitespace."
    HAS_HISTORY true
  }

  tag:::dataTable {
    text tag_name_id PK, FK "FK072: tag_name_id ∈ tag_name.id"
    text tag_type_id PK, FK "FK073: tag_type_id ∈ tag_type.id"
    text source_id FK "FK074: source_id ∈ tag_source.id"
    text status_id FK "FK075: status_id ∈ tag_status.id"
    timestamptz created_at
    timestamptz updated_at
    TRIGGER_BEFORE_UPDATE _disable_redundant_updates "Disable redundant database updates."
    HAS_HISTORY true
  }

  tag_name:::dataTable {
    text id PK
    timestamptz created_at
    timestamptz updated_at
    TRIGGER_BEFORE_UPDATE _disable_redundant_updates "Disable redundant database updates."
    HAS_HISTORY true
  }

  uipath_result:::dataTable {
    uuid id PK, UK "UK: (id, document_id, application_id)"
    text request_id UK "UK: request_id"
    jsonb response
    text project_id
    uuid document_id FK, UK "FK129: (document_id, application_id) ∈ document.(id, application_id)<br>UK: (id, document_id, application_id)<br>UK: document_id"
    uuid application_id FK "FK129: (document_id, application_id) ∈ document.(id, application_id)<br>UK: (id, document_id, application_id)"
    text status_id FK "FK131: status_id ∈ uipath_result_status.id"
    timestamptz created_at
    timestamptz updated_at
    TRIGGER_BEFORE_UPDATE _disable_redundant_updates "Disable redundant database updates."
    HAS_HISTORY true
  }

  uipath_value:::dataTable {
    uuid id PK, UK "UK: (id, application_id, field_id, value)"
    uuid uipath_result_id FK "FK130: (uipath_result_id, document_id, application_id) ∈ uipath_result.(id, document_id, application_id)"
    uuid document_id FK "FK130: (uipath_result_id, document_id, application_id) ∈ uipath_result.(id, document_id, application_id)"
    uuid application_id FK, UK "FK130: (uipath_result_id, document_id, application_id) ∈ uipath_result.(id, document_id, application_id)<br>UK: (id, application_id, field_id, value)"
    text field_id UK "UK: (id, application_id, field_id, value)"
    text value UK "UK: (id, application_id, field_id, value)"
    integer text_length
    integer text_start_index
    double confidence
    jsonb token_list
    timestamptz created_at
    timestamptz updated_at
    TRIGGER_BEFORE_UPDATE _disable_redundant_updates "Disable redundant database updates."
    HAS_HISTORY true
  }

+   user_session:::dataTable {
+     uuid user_id FK "FK139: user_id ∈ users.id"
+     timestamptz auth_time
+     timestamptz last_auth_event_time
+     integer auth_event_count
+   }
+ 
  users:::dataTable {
    uuid id PK, FK, UK "FK023: (id, person_type_id) ∈ person.(id, person_type_id)<br>UK: (id, person_type_id)"
    text person_type_id FK, UK "FK023: (id, person_type_id) ∈ person.(id, person_type_id)<br>FK025: person_type_id ∈ user_person_type_limit.id<br>UK: (id, person_type_id)"
    uuid cognito_subject UK "UK: cognito_subject"
    text username
    timestamptz created_at
    timestamptz updated_at
    TRIGGER_BEFORE_UPDATE _disable_redundant_updates "Disable redundant database updates."
    HAS_HISTORY true
  }

  %% Associative Tables
  application_tag_assignment:::associativeTable {
    uuid application_id PK, FK "FK083: application_id ∈ application.id"
    text tag_name_id PK, FK "FK077: (tag_name_id, tag_type_id) ∈ tag.(tag_name_id, tag_type_id)"
    text tag_type_id FK "FK077: (tag_name_id, tag_type_id) ∈ tag.(tag_name_id, tag_type_id)<br>FK081: tag_type_id ∈ application_tag_type_limit.id"
    TRIGGER_BEFORE_UPDATE _disable_redundant_updates "Disable redundant database updates."
    HAS_HISTORY true
  }

  deliverable_action_configuration:::associativeTable {
    text action_type_id PK, FK "FK111: action_type_id ∈ deliverable_action_type.id"
    text old_status_id PK, FK "FK110: old_status_id ∈ deliverable_status.id"
    text new_status_id PK, FK "FK113: new_status_id ∈ deliverable_status.id"
  }

  deliverable_demonstration_type:::associativeTable {
    uuid deliverable_id PK, FK "FK137: (deliverable_id, demonstration_id) ∈ deliverable.(id, demonstration_id)"
    uuid demonstration_id PK, FK "FK137: (deliverable_id, demonstration_id) ∈ deliverable.(id, demonstration_id)<br>FK138: (demonstration_id, demonstration_type_tag_name_id) ∈ demonstration_type_tag_assignment.(demonstration_id, tag_name_id)"
    text demonstration_type_tag_name_id PK, FK "FK138: (demonstration_id, demonstration_type_tag_name_id) ∈ demonstration_type_tag_assignment.(demonstration_id, tag_name_id)"
    TRIGGER_BEFORE_UPDATE _disable_redundant_updates "Disable redundant database updates."
    HAS_HISTORY true
  }

  deliverable_type_document_type:::associativeTable {
    text deliverable_type_id PK, FK "FK091: deliverable_type_id ∈ deliverable_type.id"
    text document_type_id PK, FK "FK092: document_type_id ∈ document_type.id"
  }

  demonstration_role_assignment:::associativeTable {
    uuid person_id PK, FK "FK042: (person_id, state_id) ∈ person_state.(person_id, state_id)<br>FK048: (person_id, person_type_id) ∈ person.(id, person_type_id)"
    uuid demonstration_id PK, FK "FK050: (demonstration_id, state_id) ∈ demonstration.(id, state_id)"
    text role_id PK, FK "FK047: (role_id, person_type_id) ∈ role_person_type.(role_id, person_type_id)<br>FK049: (role_id, grant_level_id) ∈ role.(id, grant_level_id)"
    text state_id FK "FK042: (person_id, state_id) ∈ person_state.(person_id, state_id)<br>FK050: (demonstration_id, state_id) ∈ demonstration.(id, state_id)"
    text person_type_id FK "FK047: (role_id, person_type_id) ∈ role_person_type.(role_id, person_type_id)<br>FK048: (person_id, person_type_id) ∈ person.(id, person_type_id)"
    text grant_level_id FK "FK046: grant_level_id ∈ demonstration_grant_level_limit.id<br>FK049: (role_id, grant_level_id) ∈ role.(id, grant_level_id)"
    TRIGGER_BEFORE_UPDATE _disable_redundant_updates "Disable redundant database updates."
    HAS_HISTORY true
  }

  person_state:::associativeTable {
    uuid person_id PK, FK "FK044: person_id ∈ person.id"
    text state_id PK, FK "FK043: state_id ∈ state.id"
    TRIGGER_BEFORE_UPDATE _disable_redundant_updates "Disable redundant database updates."
    HAS_HISTORY true
  }

  phase_date_type:::associativeTable {
    text phase_id PK, FK "FK003: phase_id ∈ phase.id"
    text date_type_id PK, FK "FK017: date_type_id ∈ date_type.id"
  }

  phase_document_type:::associativeTable {
    text phase_id PK, FK "FK027: phase_id ∈ phase.id"
    text document_type_id PK, FK "FK028: document_type_id ∈ document_type.id"
  }

  phase_note_type:::associativeTable {
    text phase_id PK, FK "FK070: phase_id ∈ phase.id"
    text note_type_id PK, FK "FK071: note_type_id ∈ note_type.id"
  }

  phase_phase_status:::associativeTable {
    text phase_id PK, FK "FK066: phase_id ∈ phase.id"
    text phase_status_id PK, FK "FK067: phase_status_id ∈ phase_status.id"
  }

  primary_demonstration_role_assignment:::associativeTable {
    uuid person_id FK, UK "FK051: (person_id, demonstration_id, role_id) ∈ demonstration_role_assignment.(person_id, demonstration_id, role_id)<br>UK: (person_id, demonstration_id, role_id)"
    uuid demonstration_id PK, FK, UK "FK051: (person_id, demonstration_id, role_id) ∈ demonstration_role_assignment.(person_id, demonstration_id, role_id)<br>UK: (person_id, demonstration_id, role_id)"
    text role_id PK, FK, UK "FK051: (person_id, demonstration_id, role_id) ∈ demonstration_role_assignment.(person_id, demonstration_id, role_id)<br>UK: (person_id, demonstration_id, role_id)"
    CONSTRAINT_TRIGGER_DEFERRABLE_AFTER_UPDATE_OR_DELETE check_demonstration_retains_primary_project_officer "Check that a primary project officer still exists."
    TRIGGER_BEFORE_UPDATE _disable_redundant_updates "Disable redundant database updates."
    HAS_HISTORY true
  }

  role_permission:::associativeTable {
    text role_id PK, FK "FK033: (role_id, grant_level_id) ∈ role.(id, grant_level_id)"
    text grant_level_id PK, FK "FK033: (role_id, grant_level_id) ∈ role.(id, grant_level_id)<br>FK034: (permission_id, grant_level_id) ∈ permission.(id, grant_level_id)"
    text permission_id PK, FK "FK034: (permission_id, grant_level_id) ∈ permission.(id, grant_level_id)"
    TRIGGER_BEFORE_UPDATE _disable_redundant_updates "Disable redundant database updates."
    HAS_HISTORY true
  }

  role_person_type:::associativeTable {
    text role_id PK, FK "FK032: role_id ∈ role.id"
    text person_type_id PK, FK "FK031: person_type_id ∈ person_type.id"
  }

  system_role_assignment:::associativeTable {
    uuid person_id PK, FK "FK039: (person_id, person_type_id) ∈ person.(id, person_type_id)"
    text role_id PK, FK "FK038: (role_id, person_type_id) ∈ role_person_type.(role_id, person_type_id)<br>FK040: (role_id, grant_level_id) ∈ role.(id, grant_level_id)"
    text person_type_id FK "FK038: (role_id, person_type_id) ∈ role_person_type.(role_id, person_type_id)<br>FK039: (person_id, person_type_id) ∈ person.(id, person_type_id)"
    text grant_level_id FK "FK040: (role_id, grant_level_id) ∈ role.(id, grant_level_id)<br>FK041: grant_level_id ∈ system_grant_level_limit.id"
    TRIGGER_BEFORE_UPDATE _disable_redundant_updates "Disable redundant database updates."
    HAS_HISTORY true
  }

  %% Legend
  Legend:::legend {
    text StaticConstraint "Red"
    text TypeLimiter "Blue"
    text AssociativeTable "Purple"
    text DataTable "Green"
    text NOTE "HAS_HISTORY true indicates that a table has a _history table as well."
  }
